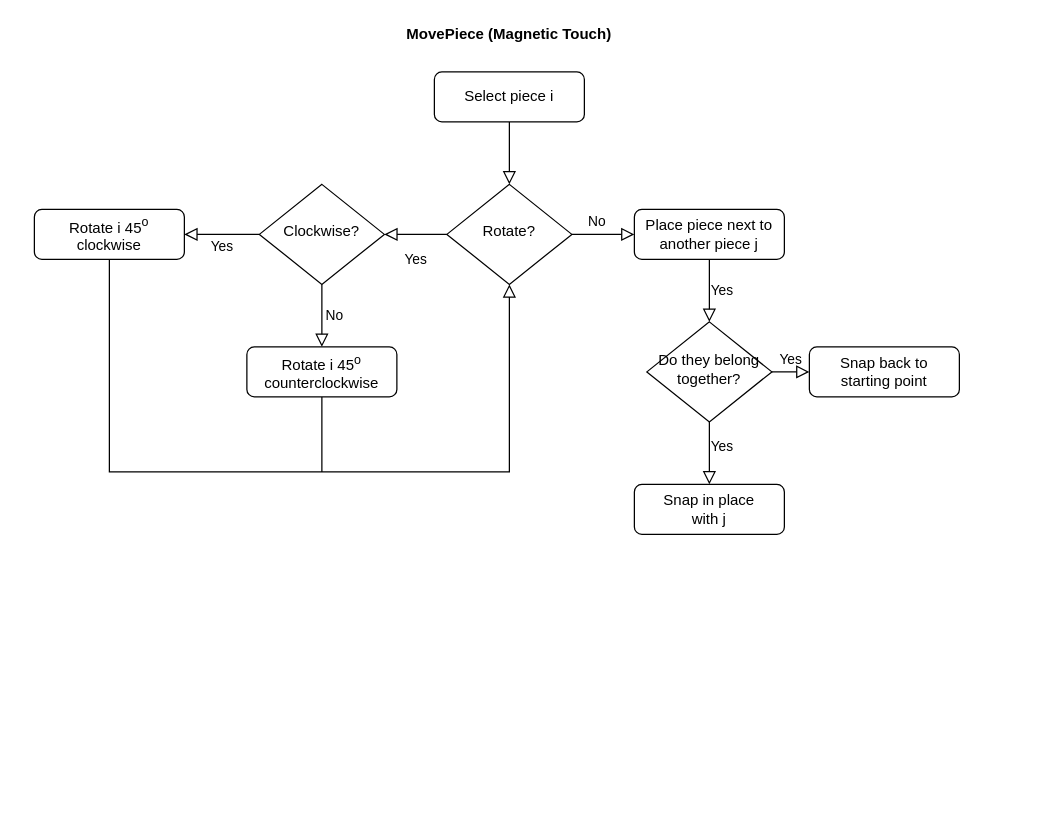
Above: Diagrams/StructureDia.drawio in thomasmonradlaursen/GroupNine_SoftwareProject (draw.io), before the change. Source tidied: cells renumbered, new cells numbered last; positions are measured from the earlier drawing's top-left corner, leaving out a move shared by most shapes. Both pictures are drawn from the tidied source at 125%, with x=0, y=0 at pixel (34, 21).
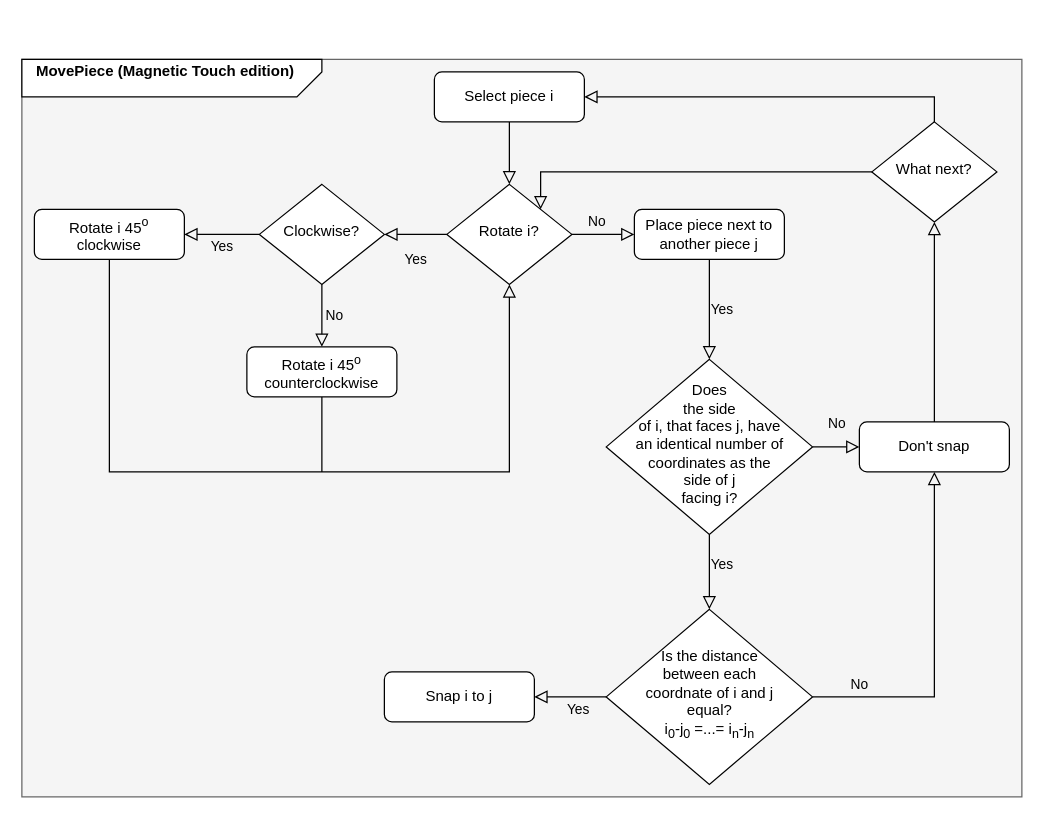
Above is the later version.

Unchanged cells that the change refers to:
```xml
<mxCell id="3" value="Select piece i" style="rounded=1;whiteSpace=wrap;html=1;fontSize=12;glass=0;strokeWidth=1;shadow=0;" parent="1" vertex="1">
  <mxGeometry x="320" y="40" width="120" height="40" as="geometry" />
</mxCell>
```

Diff of the diagram source:
```diff
@@
+    <mxCell id="22" style="rounded=0;whiteSpace=wrap;html=1;fillColor=#f5f5f5;strokeColor=#666666;fontColor=#333333;" parent="1" vertex="1">
+      <mxGeometry x="-10" y="30" width="800" height="590" as="geometry" />
+    </mxCell>
+    <mxCell id="23" style="verticalLabelPosition=bottom;verticalAlign=top;html=1;shape=card;whiteSpace=wrap;size=20;arcSize=12;direction=west;" parent="1" vertex="1">
+      <mxGeometry x="-10" y="30" width="240" height="30" as="geometry" />
+    </mxCell>
@@
-    <mxCell id="6" value="Rotate?" style="rhombus;whiteSpace=wrap;html=1;shadow=0;fontFamily=Helvetica;fontSize=12;align=center;strokeWidth=1;spacing=6;spacingTop=-4;" parent="1" vertex="1">
+    <mxCell id="6" value="Rotate i?" style="rhombus;whiteSpace=wrap;html=1;shadow=0;fontFamily=Helvetica;fontSize=12;align=center;strokeWidth=1;spacing=6;spacingTop=-4;" parent="1" vertex="1">
       <mxGeometry x="330" y="130" width="100" height="80" as="geometry" />
     </mxCell>
@@
-    <mxCell id="12" value="&lt;b&gt;MovePiece (Magnetic Touch)&lt;/b&gt;" style="text;html=1;strokeColor=none;fillColor=none;align=center;verticalAlign=middle;whiteSpace=wrap;rounded=0;" parent="1" vertex="1">
-      <mxGeometry x="275" width="210" height="20" as="geometry" />
+    <mxCell id="12" value="&lt;b&gt;MovePiece (Magnetic Touch edition)&lt;/b&gt;" style="text;html=1;strokeColor=none;fillColor=none;align=center;verticalAlign=middle;whiteSpace=wrap;rounded=0;" parent="1" vertex="1">
+      <mxGeometry y="30" width="210" height="20" as="geometry" />
     </mxCell>
-    <mxCell id="13" value="Do they belong together?" style="rhombus;whiteSpace=wrap;html=1;shadow=0;fontFamily=Helvetica;fontSize=12;align=center;strokeWidth=1;spacing=6;spacingTop=-4;" parent="1" vertex="1">
-      <mxGeometry x="490" y="240" width="100" height="80" as="geometry" />
+    <mxCell id="13" value="&lt;div&gt;Does &lt;br&gt;&lt;/div&gt;&lt;div&gt;the side &lt;br&gt;&lt;/div&gt;&lt;div&gt;of i, that faces j, have &lt;br&gt;&lt;/div&gt;&lt;div&gt;an identical number of coordinates as the &lt;br&gt;&lt;/div&gt;&lt;div&gt;side of j &lt;br&gt;&lt;/div&gt;&lt;div&gt;facing i?&lt;/div&gt;" style="rhombus;whiteSpace=wrap;html=1;shadow=0;fontFamily=Helvetica;fontSize=12;align=center;strokeWidth=1;spacing=6;spacingTop=-4;" parent="1" vertex="1">
+      <mxGeometry x="457.5" y="270" width="165" height="140" as="geometry" />
     </mxCell>
-    <mxCell id="14" value="&lt;div&gt;Snap back to &lt;br&gt;&lt;/div&gt;&lt;div&gt;starting point&lt;/div&gt;" style="rounded=1;whiteSpace=wrap;html=1;fontSize=12;glass=0;strokeWidth=1;shadow=0;" parent="1" vertex="1">
-      <mxGeometry x="620" y="260" width="120" height="40" as="geometry" />
+    <mxCell id="14" value="Don't snap" style="rounded=1;whiteSpace=wrap;html=1;fontSize=12;glass=0;strokeWidth=1;shadow=0;" parent="1" vertex="1">
+      <mxGeometry x="660" y="320" width="120" height="40" as="geometry" />
     </mxCell>
-    <mxCell id="15" value="Yes" style="edgeStyle=orthogonalEdgeStyle;rounded=0;html=1;jettySize=auto;fontSize=11;endArrow=block;endFill=0;endSize=8;strokeWidth=1;shadow=0;labelBackgroundColor=none;exitX=0.5;exitY=1;exitDx=0;exitDy=0;entryX=0.5;entryY=0;entryDx=0;entryDy=0;" parent="1" edge="1" source="13" target="16">
-      <mxGeometry x="-0.2" y="10" relative="1" as="geometry" />
+    <mxCell id="15" value="Yes" style="edgeStyle=orthogonalEdgeStyle;rounded=0;html=1;jettySize=auto;fontSize=11;endArrow=block;endFill=0;endSize=8;strokeWidth=1;shadow=0;labelBackgroundColor=none;exitX=0.5;exitY=1;exitDx=0;exitDy=0;entryX=0.5;entryY=0;entryDx=0;entryDy=0;" parent="1" edge="1" source="13">
+      <mxGeometry x="-0.2" y="10" relative="1" as="geometry">
+        <mxPoint x="540" y="470" as="targetPoint" />
+      </mxGeometry>
     </mxCell>
-    <mxCell id="16" value="&lt;div&gt;Snap in place &lt;br&gt;&lt;/div&gt;&lt;div&gt;with j&lt;/div&gt;" style="rounded=1;whiteSpace=wrap;html=1;fontSize=12;glass=0;strokeWidth=1;shadow=0;" parent="1" vertex="1">
-      <mxGeometry x="480" y="370" width="120" height="40" as="geometry" />
-    </mxCell>
@@
-    <mxCell id="20" value="Yes" style="edgeStyle=orthogonalEdgeStyle;rounded=0;html=1;jettySize=auto;fontSize=11;endArrow=block;endFill=0;endSize=8;strokeWidth=1;shadow=0;labelBackgroundColor=none;entryX=0;entryY=0.5;entryDx=0;entryDy=0;exitX=1;exitY=0.5;exitDx=0;exitDy=0;" parent="1" edge="1" source="13" target="14">
-      <mxGeometry y="10" relative="1" as="geometry" />
+    <mxCell id="20" value="No" style="edgeStyle=orthogonalEdgeStyle;rounded=0;html=1;jettySize=auto;fontSize=11;endArrow=block;endFill=0;endSize=8;strokeWidth=1;shadow=0;labelBackgroundColor=none;entryX=0;entryY=0.5;entryDx=0;entryDy=0;exitX=1;exitY=0.5;exitDx=0;exitDy=0;" parent="1" edge="1" source="13" target="14">
+      <mxGeometry y="19" relative="1" as="geometry" />
     </mxCell>
@@
+    <mxCell id="24" value="&lt;div&gt;Is the distance&lt;/div&gt;&lt;div&gt;between each &lt;br&gt;&lt;/div&gt;&lt;div&gt;coordnate of i and j&lt;/div&gt;&lt;div&gt;equal? &lt;br&gt;&lt;/div&gt;&lt;div&gt;i&lt;sub&gt;0&lt;/sub&gt;-j&lt;sub&gt;0&lt;/sub&gt; =...= i&lt;sub&gt;n&lt;/sub&gt;-j&lt;sub&gt;n &lt;br&gt;&lt;/sub&gt;&lt;/div&gt;" style="rhombus;whiteSpace=wrap;html=1;shadow=0;fontFamily=Helvetica;fontSize=12;align=center;strokeWidth=1;spacing=6;spacingTop=-4;" parent="1" vertex="1">
+      <mxGeometry x="457.5" y="470" width="165" height="140" as="geometry" />
+    </mxCell>
+    <mxCell id="25" value="No" style="edgeStyle=orthogonalEdgeStyle;rounded=0;html=1;jettySize=auto;fontSize=11;endArrow=block;endFill=0;endSize=8;strokeWidth=1;shadow=0;labelBackgroundColor=none;entryX=0.5;entryY=1;entryDx=0;entryDy=0;exitX=1;exitY=0.5;exitDx=0;exitDy=0;" parent="1" edge="1" source="24" target="14">
+      <mxGeometry x="-0.73" y="10" relative="1" as="geometry">
+        <Array as="points">
+          <mxPoint x="720" y="540" />
+        </Array>
+      </mxGeometry>
+    </mxCell>
+    <mxCell id="26" value="Yes" style="edgeStyle=orthogonalEdgeStyle;rounded=0;html=1;jettySize=auto;fontSize=11;endArrow=block;endFill=0;endSize=8;strokeWidth=1;shadow=0;labelBackgroundColor=none;exitX=0;exitY=0.5;exitDx=0;exitDy=0;" parent="1" edge="1" source="24">
+      <mxGeometry x="-0.2" y="10" relative="1" as="geometry">
+        <mxPoint x="400" y="540" as="targetPoint" />
+      </mxGeometry>
+    </mxCell>
+    <mxCell id="27" value="Snap i to j" style="rounded=1;whiteSpace=wrap;html=1;fontSize=12;glass=0;strokeWidth=1;shadow=0;" parent="1" vertex="1">
+      <mxGeometry x="280" y="520" width="120" height="40" as="geometry" />
+    </mxCell>
+    <mxCell id="28" style="edgeStyle=orthogonalEdgeStyle;rounded=0;html=1;jettySize=auto;fontSize=11;endArrow=block;endFill=0;endSize=8;strokeWidth=1;shadow=0;labelBackgroundColor=none;exitX=0.5;exitY=0;exitDx=0;exitDy=0;entryX=1;entryY=0.5;entryDx=0;entryDy=0;" parent="1" edge="1" source="29" target="3">
+      <mxGeometry y="11" relative="1" as="geometry" />
+    </mxCell>
+    <mxCell id="29" value="What next?" style="rhombus;whiteSpace=wrap;html=1;shadow=0;fontFamily=Helvetica;fontSize=12;align=center;strokeWidth=1;spacing=6;spacingTop=-4;" parent="1" vertex="1">
+      <mxGeometry x="670" y="80" width="100" height="80" as="geometry" />
+    </mxCell>
+    <mxCell id="30" style="edgeStyle=orthogonalEdgeStyle;rounded=0;html=1;jettySize=auto;fontSize=11;endArrow=block;endFill=0;endSize=8;strokeWidth=1;shadow=0;labelBackgroundColor=none;exitX=0.5;exitY=0;exitDx=0;exitDy=0;entryX=0.5;entryY=1;entryDx=0;entryDy=0;" parent="1" edge="1" source="14" target="29">
+      <mxGeometry y="11" relative="1" as="geometry" />
+    </mxCell>
+    <mxCell id="31" style="edgeStyle=orthogonalEdgeStyle;rounded=0;html=1;jettySize=auto;fontSize=11;endArrow=block;endFill=0;endSize=8;strokeWidth=1;shadow=0;labelBackgroundColor=none;exitX=0;exitY=0.5;exitDx=0;exitDy=0;entryX=1;entryY=0;entryDx=0;entryDy=0;" parent="1" edge="1" source="29" target="6">
+      <mxGeometry y="11" relative="1" as="geometry">
+        <Array as="points">
+          <mxPoint x="405" y="120" />
+        </Array>
+      </mxGeometry>
+    </mxCell>
```
